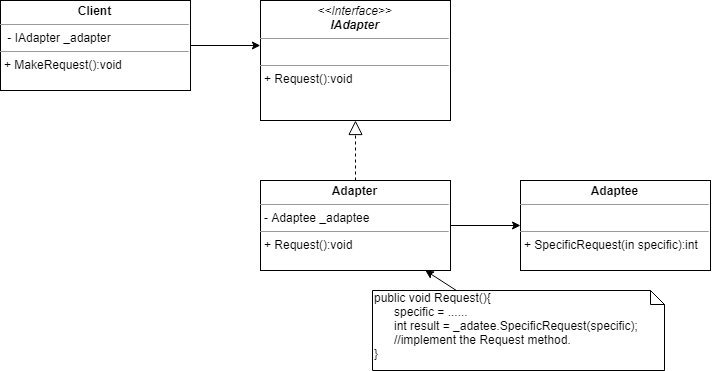
Above: Patterns/images/Adapter1.png in zangelus/Patterns (draw.io), before the change. Source tidied: cells renumbered, new cells last; positions are measured from the earlier drawing's top-left corner, leaving out a move shared by most shapes. Its diagram source:
```xml
<mxGraphModel>
  <root>
    <mxCell id="0" />
    <mxCell id="1" parent="0" />
    <mxCell id="2" value="&lt;p style=&quot;margin: 0px ; margin-top: 4px ; text-align: center&quot;&gt;&lt;i&gt;&amp;lt;&amp;lt;Interface&amp;gt;&amp;gt;&lt;/i&gt;&lt;br&gt;&lt;b&gt;&lt;i&gt;IAdapter&lt;/i&gt;&lt;/b&gt;&lt;/p&gt;&lt;hr size=&quot;1&quot;&gt;&lt;p style=&quot;margin: 0px ; margin-left: 4px&quot;&gt;&lt;br&gt;&lt;/p&gt;&lt;hr size=&quot;1&quot;&gt;&lt;p style=&quot;margin: 0px ; margin-left: 4px&quot;&gt;+ Request():void&lt;/p&gt;" style="verticalAlign=top;align=left;overflow=fill;fontSize=12;fontFamily=Helvetica;html=1;" parent="1" vertex="1">
      <mxGeometry x="260" width="190" height="120" as="geometry" />
    </mxCell>
    <mxCell id="3" value="&lt;p style=&quot;margin: 0px ; margin-top: 4px ; text-align: center&quot;&gt;&lt;b&gt;Adapter&lt;/b&gt;&lt;/p&gt;&lt;hr size=&quot;1&quot;&gt;&lt;p style=&quot;margin: 0px ; margin-left: 4px&quot;&gt;- Adaptee _adaptee&lt;/p&gt;&lt;hr size=&quot;1&quot;&gt;&lt;p style=&quot;margin: 0px ; margin-left: 4px&quot;&gt;+ Request():void&lt;/p&gt;" style="verticalAlign=top;align=left;overflow=fill;fontSize=12;fontFamily=Helvetica;html=1;" parent="1" vertex="1">
      <mxGeometry x="260" y="180" width="190" height="90" as="geometry" />
    </mxCell>
    <mxCell id="4" value="&lt;p style=&quot;margin: 0px ; margin-top: 4px ; text-align: center&quot;&gt;&lt;b&gt;Adaptee&lt;/b&gt;&lt;/p&gt;&lt;hr size=&quot;1&quot;&gt;&lt;p style=&quot;margin: 0px ; margin-left: 4px&quot;&gt;&amp;nbsp; &amp;nbsp;&lt;/p&gt;&lt;hr size=&quot;1&quot;&gt;&lt;p style=&quot;margin: 0px ; margin-left: 4px&quot;&gt;+ SpecificRequest(in specific):int&lt;/p&gt;" style="verticalAlign=top;align=left;overflow=fill;fontSize=12;fontFamily=Helvetica;html=1;" parent="1" vertex="1">
      <mxGeometry x="520" y="180" width="190" height="90" as="geometry" />
    </mxCell>
    <mxCell id="5" style="endArrow=classic;html=1;entryX=0;entryY=0.5;entryDx=0;entryDy=0;exitX=1;exitY=0.5;exitDx=0;exitDy=0;" parent="1" edge="1" source="3" target="4">
      <mxGeometry relative="1" as="geometry" />
    </mxCell>
    <mxCell id="6" value="&lt;p style=&quot;margin: 0px ; margin-top: 4px ; text-align: center&quot;&gt;&lt;b&gt;Client&lt;/b&gt;&lt;/p&gt;&lt;hr size=&quot;1&quot;&gt;&lt;p style=&quot;margin: 0px ; margin-left: 4px&quot;&gt;&amp;nbsp;- IAdapter _adapter&lt;/p&gt;&lt;hr size=&quot;1&quot;&gt;&lt;p style=&quot;margin: 0px ; margin-left: 4px&quot;&gt;+ MakeRequest():void&lt;/p&gt;" style="verticalAlign=top;align=left;overflow=fill;fontSize=12;fontFamily=Helvetica;html=1;" parent="1" vertex="1">
      <mxGeometry width="190" height="90" as="geometry" />
    </mxCell>
    <mxCell id="7" style="endArrow=classic;html=1;entryX=0;entryY=0.5;entryDx=0;entryDy=0;exitX=1;exitY=0.5;exitDx=0;exitDy=0;" parent="1" edge="1" source="6">
      <mxGeometry relative="1" as="geometry">
        <mxPoint x="259.8" y="45" as="targetPoint" />
      </mxGeometry>
    </mxCell>
    <mxCell id="8" style="endArrow=block;dashed=1;endFill=0;endSize=12;html=1;entryX=0.5;entryY=1;entryDx=0;entryDy=0;exitX=0.5;exitY=0;exitDx=0;exitDy=0;" parent="1" edge="1" source="3" target="2">
      <mxGeometry relative="1" as="geometry" />
    </mxCell>
    <mxCell id="9" value="public void Request(){&lt;br&gt;&amp;nbsp; &amp;nbsp; &amp;nbsp; specific = ......&lt;br&gt;&amp;nbsp; &amp;nbsp; &amp;nbsp; int result = _adatee.SpecificRequest(specific);&lt;br&gt;&amp;nbsp; &amp;nbsp; &amp;nbsp; //implement the Request method.&lt;br&gt;}&lt;br&gt;" style="shape=note;whiteSpace=wrap;html=1;size=14;verticalAlign=top;align=left;spacingTop=-6;" parent="1" vertex="1">
      <mxGeometry x="372" y="290" width="292" height="80" as="geometry" />
    </mxCell>
    <mxCell id="10" style="endArrow=classic;html=1;" parent="1" edge="1" source="9" target="3">
      <mxGeometry relative="1" as="geometry" />
    </mxCell>
  </root>
</mxGraphModel>
```
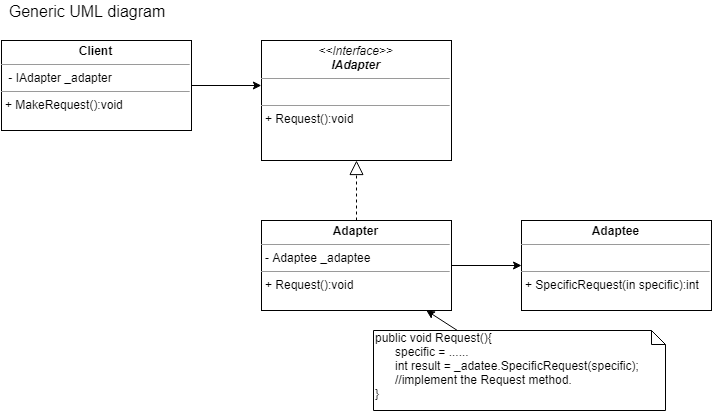
The same diagram one commit later.

Diff of the diagram source:
```diff
@@ -31,5 +31,8 @@
     <mxCell id="10" style="endArrow=classic;html=1;" parent="1" edge="1" source="9" target="3">
       <mxGeometry relative="1" as="geometry" />
     </mxCell>
+    <mxCell id="11" value="&lt;font style=&quot;font-size: 16px&quot;&gt;Generic UML diagram&lt;/font&gt;" style="text;html=1;strokeColor=none;fillColor=none;align=center;verticalAlign=middle;whiteSpace=wrap;rounded=0;" parent="1" vertex="1">
+      <mxGeometry x="-0.5" y="-40" width="172" height="20" as="geometry" />
+    </mxCell>
   </root>
 </mxGraphModel>
```
